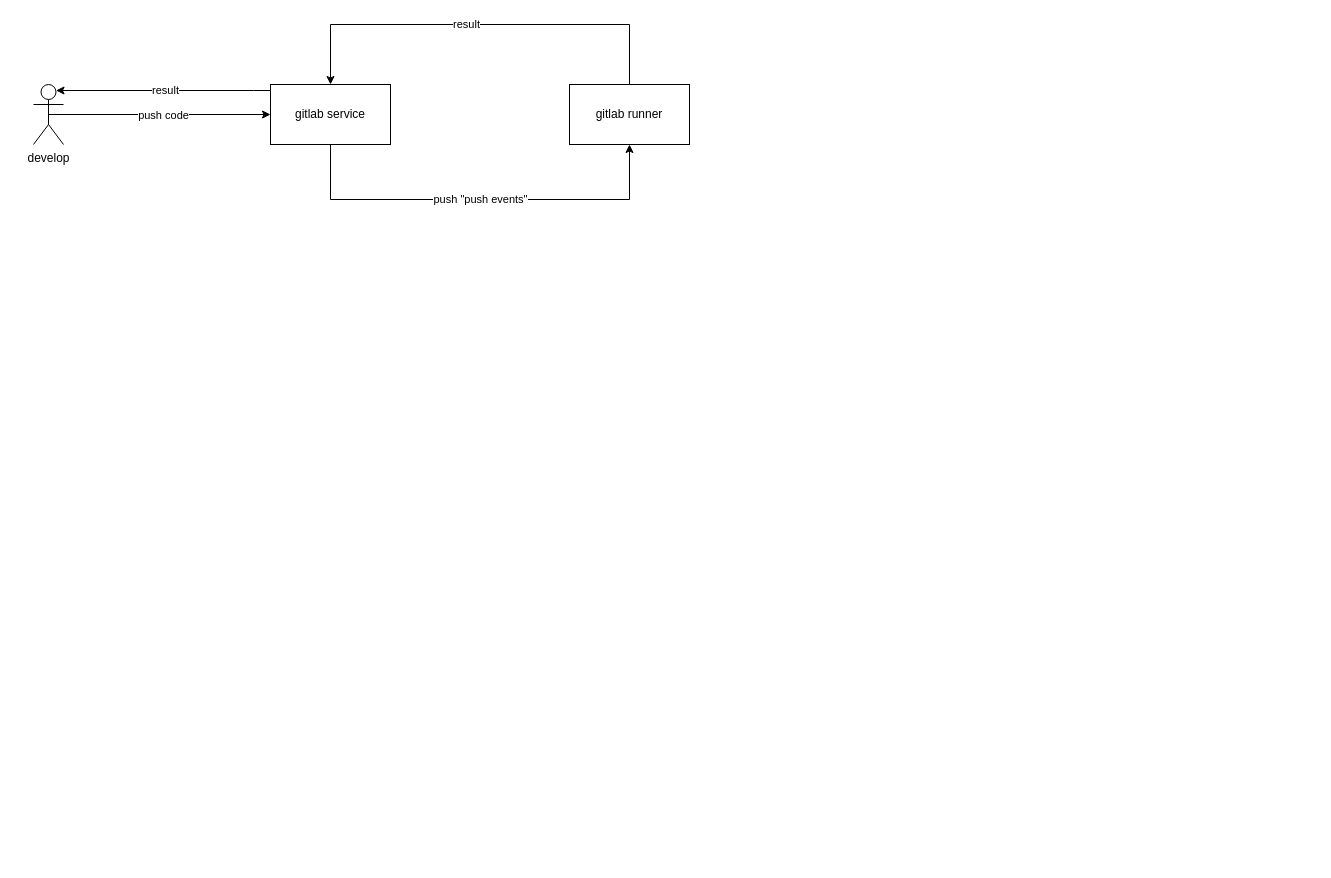
Above: source/_drafts/invest-web-dev-flow/ivnest_web_work_flow.drawio in EvanHongYousan/blog (draw.io), before the change. Source tidied: cells renumbered, new cells numbered last; positions are measured from the earlier drawing's top-left corner, leaving out a move shared by most shapes. Both pictures are drawn from the tidied source at 100%, with x=0, y=0 at pixel (33, 24).
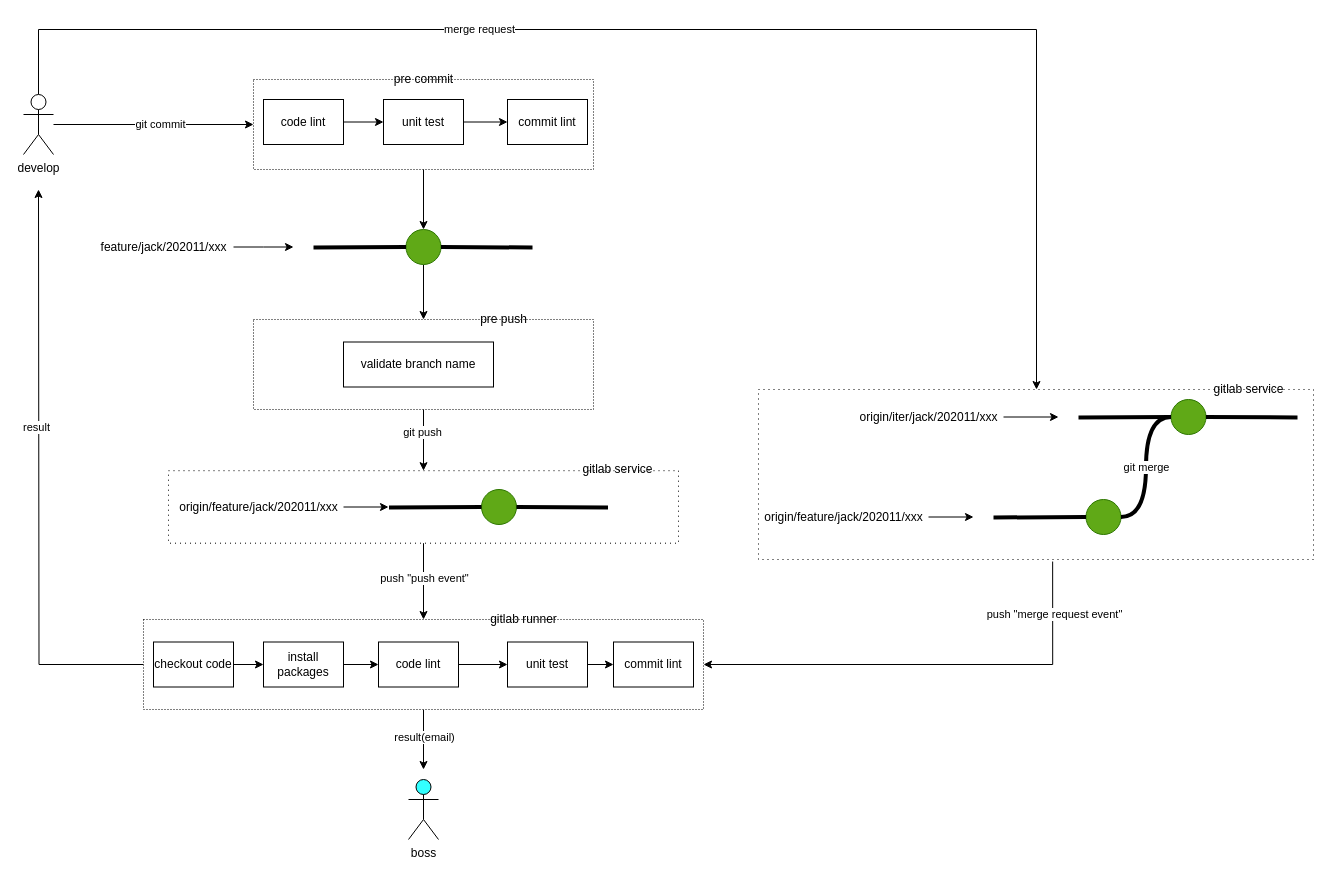
The same page after the edit.

Diff of the diagram source:
```diff
@@
-    <mxCell id="2" style="rounded=0;jettySize=auto;html=1;entryX=0;entryY=0.5;entryDx=0;entryDy=0;exitX=0.5;exitY=0.5;exitDx=0;exitDy=0;exitPerimeter=0;" parent="1" edge="1" source="11" target="7">
-      <mxGeometry relative="1" as="geometry" />
-    </mxCell>
-    <mxCell id="3" value="push code" style="edgeLabel;html=1;align=center;verticalAlign=middle;" parent="2" vertex="1">
-      <mxGeometry x="0.22" y="1" relative="1" as="geometry">
-        <mxPoint x="-21" y="1" as="offset" />
-      </mxGeometry>
-    </mxCell>
-    <mxCell id="4" value="push &quot;push events&quot;" style="edgeStyle=orthogonalEdgeStyle;rounded=0;jettySize=auto;html=1;entryX=0.5;entryY=1;entryDx=0;entryDy=0;" parent="1" edge="1" source="7" target="10">
-      <mxGeometry relative="1" as="geometry">
-        <Array as="points">
-          <mxPoint x="297" y="175" />
-          <mxPoint x="596" y="175" />
-        </Array>
-      </mxGeometry>
-    </mxCell>
-    <mxCell id="5" style="edgeStyle=orthogonalEdgeStyle;rounded=0;jettySize=auto;html=1;entryX=0.75;entryY=0.1;entryDx=0;entryDy=0;entryPerimeter=0;" parent="1" edge="1" source="7" target="11">
-      <mxGeometry relative="1" as="geometry">
-        <Array as="points">
-          <mxPoint x="220" y="66" />
-          <mxPoint x="220" y="66" />
-        </Array>
-      </mxGeometry>
-    </mxCell>
-    <mxCell id="6" value="result" style="edgeLabel;html=1;align=center;verticalAlign=middle;" parent="5" vertex="1">
-      <mxGeometry x="-0.01" y="-1" relative="1" as="geometry" />
-    </mxCell>
-    <mxCell id="7" value="gitlab service" style="rounded=0;whiteSpace=wrap;html=1;" parent="1" vertex="1">
-      <mxGeometry x="237" y="60" width="120" height="60" as="geometry" />
-    </mxCell>
-    <mxCell id="8" style="edgeStyle=orthogonalEdgeStyle;rounded=0;jettySize=auto;html=1;entryX=0.5;entryY=0;entryDx=0;entryDy=0;" parent="1" edge="1" source="10" target="7">
-      <mxGeometry relative="1" as="geometry">
-        <Array as="points">
-          <mxPoint x="596" />
-          <mxPoint x="297" />
-        </Array>
-      </mxGeometry>
-    </mxCell>
-    <mxCell id="9" value="result" style="edgeLabel;html=1;align=center;verticalAlign=middle;" parent="8" vertex="1">
-      <mxGeometry x="0.07" y="-1" relative="1" as="geometry" />
-    </mxCell>
+    <mxCell id="12" style="edgeStyle=orthogonalEdgeStyle;rounded=0;jettySize=auto;html=1;strokeWidth=1;exitX=0.5;exitY=0;exitDx=0;exitDy=0;exitPerimeter=0;" parent="1" edge="1" source="11" target="60">
+      <mxGeometry relative="1" as="geometry">
+        <Array as="points">
+          <mxPoint x="5" y="5" />
+          <mxPoint x="1003" y="5" />
+        </Array>
+      </mxGeometry>
+    </mxCell>
+    <mxCell id="13" value="merge request" style="edgeLabel;html=1;align=center;verticalAlign=middle;" parent="12" vertex="1">
+      <mxGeometry x="-0.29" y="1" relative="1" as="geometry" />
+    </mxCell>
+    <mxCell id="14" style="edgeStyle=orthogonalEdgeStyle;rounded=0;jettySize=auto;html=1;entryX=0;entryY=0.5;entryDx=0;entryDy=0;strokeWidth=1;" parent="1" edge="1" source="11" target="17">
+      <mxGeometry relative="1" as="geometry" />
+    </mxCell>
+    <mxCell id="15" value="git commit" style="edgeLabel;html=1;align=center;verticalAlign=middle;" parent="14" vertex="1">
+      <mxGeometry x="0.06" y="1" relative="1" as="geometry" />
+    </mxCell>
+    <mxCell id="11" value="develop" style="shape=umlActor;verticalLabelPosition=bottom;verticalAlign=top;html=1;outlineConnect=0;" parent="1" vertex="1">
+      <mxGeometry x="-10" y="70" width="30" height="60" as="geometry" />
+    </mxCell>
+    <mxCell id="16" style="edgeStyle=orthogonalEdgeStyle;rounded=0;jettySize=auto;html=1;entryX=0.5;entryY=0;entryDx=0;entryDy=0;strokeWidth=1;" parent="1" edge="1" source="17" target="29">
+      <mxGeometry relative="1" as="geometry" />
+    </mxCell>
+    <mxCell id="17" style="rounded=0;whiteSpace=wrap;html=1;dashed=1;dashPattern=1 2;fillColor=none;" parent="1" vertex="1">
+      <mxGeometry x="220" y="55" width="340" height="90" as="geometry" />
+    </mxCell>
+    <mxCell id="18" style="edgeStyle=orthogonalEdgeStyle;rounded=0;jettySize=auto;html=1;entryX=0;entryY=0.5;entryDx=0;entryDy=0;" parent="1" edge="1" source="19" target="21">
+      <mxGeometry relative="1" as="geometry" />
+    </mxCell>
+    <mxCell id="19" value="code lint" style="rounded=0;whiteSpace=wrap;html=1;" parent="1" vertex="1">
+      <mxGeometry x="230" y="75" width="80" height="45" as="geometry" />
+    </mxCell>
+    <mxCell id="20" style="edgeStyle=orthogonalEdgeStyle;rounded=0;jettySize=auto;html=1;entryX=0;entryY=0.5;entryDx=0;entryDy=0;" parent="1" edge="1" source="21" target="22">
+      <mxGeometry relative="1" as="geometry" />
+    </mxCell>
+    <mxCell id="21" value="unit test" style="rounded=0;whiteSpace=wrap;html=1;" parent="1" vertex="1">
+      <mxGeometry x="350" y="75" width="80" height="45" as="geometry" />
+    </mxCell>
+    <mxCell id="22" value="commit lint" style="rounded=0;whiteSpace=wrap;html=1;" parent="1" vertex="1">
+      <mxGeometry x="474" y="75" width="80" height="45" as="geometry" />
+    </mxCell>
+    <mxCell id="23" style="edgeStyle=orthogonalEdgeStyle;rounded=0;jettySize=auto;html=1;entryX=0.5;entryY=0;entryDx=0;entryDy=0;strokeWidth=1;fontColor=#ffffff;" parent="1" edge="1" source="25" target="52">
+      <mxGeometry relative="1" as="geometry" />
+    </mxCell>
+    <mxCell id="24" value="git push" style="edgeLabel;html=1;align=center;verticalAlign=middle;fontColor=#000000;" parent="23" vertex="1">
+      <mxGeometry x="-0.28" y="-2" relative="1" as="geometry" />
+    </mxCell>
+    <mxCell id="25" style="rounded=0;whiteSpace=wrap;html=1;dashed=1;dashPattern=1 2;fillColor=none;" parent="1" vertex="1">
+      <mxGeometry x="220" y="295" width="340" height="90" as="geometry" />
+    </mxCell>
+    <mxCell id="26" value="validate branch name" style="rounded=0;whiteSpace=wrap;html=1;" parent="1" vertex="1">
+      <mxGeometry x="310" y="317.5" width="150" height="45" as="geometry" />
+    </mxCell>
+    <mxCell id="27" value="pre commit" style="text;html=1;align=center;verticalAlign=middle;" parent="1" vertex="1">
+      <mxGeometry x="355" y="45" width="70" height="20" as="geometry" />
+    </mxCell>
+    <mxCell id="28" style="edgeStyle=orthogonalEdgeStyle;rounded=0;jettySize=auto;html=1;strokeWidth=1;fontColor=#ffffff;" parent="1" edge="1" source="29" target="25">
+      <mxGeometry relative="1" as="geometry" />
+    </mxCell>
+    <mxCell id="29" style="ellipse;whiteSpace=wrap;html=1;fillColor=#60a917;strokeColor=#2D7600;fontColor=#ffffff;" parent="1" vertex="1">
+      <mxGeometry x="372.5" y="205" width="35" height="35" as="geometry" />
+    </mxCell>
+    <mxCell id="30" style="endArrow=none;html=1;entryX=0;entryY=0.5;entryDx=0;entryDy=0;strokeWidth=4;" parent="1" edge="1" target="29">
+      <mxGeometry relative="1" as="geometry">
+        <mxPoint x="280" y="223" as="sourcePoint" />
+      </mxGeometry>
+    </mxCell>
+    <mxCell id="31" style="endArrow=none;html=1;exitX=1;exitY=0.5;exitDx=0;exitDy=0;strokeWidth=4;" parent="1" edge="1" source="29">
+      <mxGeometry relative="1" as="geometry">
+        <mxPoint x="499" y="223" as="targetPoint" />
+      </mxGeometry>
+    </mxCell>
+    <mxCell id="32" style="edgeStyle=orthogonalEdgeStyle;rounded=0;jettySize=auto;html=1;strokeWidth=1;" parent="1" edge="1" source="33">
+      <mxGeometry relative="1" as="geometry">
+        <mxPoint x="260" y="222.5" as="targetPoint" />
+      </mxGeometry>
+    </mxCell>
+    <mxCell id="33" value="feature/jack/202011/xxx" style="text;html=1;align=center;verticalAlign=middle;points=[];" parent="1" vertex="1">
+      <mxGeometry x="60" y="212.5" width="140" height="20" as="geometry" />
+    </mxCell>
+    <mxCell id="34" style="ellipse;whiteSpace=wrap;html=1;fillColor=#60a917;strokeColor=#2D7600;fontColor=#ffffff;" parent="1" vertex="1">
+      <mxGeometry x="448" y="465" width="35" height="35" as="geometry" />
+    </mxCell>
+    <mxCell id="35" style="endArrow=none;html=1;entryX=0;entryY=0.5;entryDx=0;entryDy=0;strokeWidth=4;" parent="1" edge="1" target="34">
+      <mxGeometry relative="1" as="geometry">
+        <mxPoint x="355.5" y="483" as="sourcePoint" />
+      </mxGeometry>
+    </mxCell>
+    <mxCell id="36" style="endArrow=none;html=1;exitX=1;exitY=0.5;exitDx=0;exitDy=0;strokeWidth=4;" parent="1" edge="1" source="34">
+      <mxGeometry relative="1" as="geometry">
+        <mxPoint x="574.5" y="483" as="targetPoint" />
+      </mxGeometry>
+    </mxCell>
+    <mxCell id="37" style="edgeStyle=orthogonalEdgeStyle;rounded=0;jettySize=auto;html=1;strokeWidth=1;" parent="1" edge="1" source="38">
+      <mxGeometry relative="1" as="geometry">
+        <mxPoint x="355" y="482.5" as="targetPoint" />
+      </mxGeometry>
+    </mxCell>
+    <mxCell id="38" value="origin/feature/jack/202011/xxx" style="text;html=1;align=center;verticalAlign=middle;points=[];" parent="1" vertex="1">
+      <mxGeometry x="140" y="472.5" width="170" height="20" as="geometry" />
+    </mxCell>
+    <mxCell id="39" value="pre push" style="text;html=1;align=center;verticalAlign=middle;fontColor=#000000;" parent="1" vertex="1">
+      <mxGeometry x="440" y="285" width="60" height="20" as="geometry" />
+    </mxCell>
+    <mxCell id="40" style="edgeStyle=orthogonalEdgeStyle;rounded=0;jettySize=auto;html=1;strokeWidth=1;" parent="1" edge="1" source="44">
+      <mxGeometry relative="1" as="geometry">
+        <mxPoint x="5" y="165" as="targetPoint" />
+      </mxGeometry>
+    </mxCell>
+    <mxCell id="41" value="result" style="edgeLabel;html=1;align=center;verticalAlign=middle;" parent="40" vertex="1">
+      <mxGeometry x="0.18" y="3" relative="1" as="geometry" />
+    </mxCell>
+    <mxCell id="42" style="edgeStyle=orthogonalEdgeStyle;rounded=0;jettySize=auto;html=1;strokeWidth=1;" parent="1" edge="1" source="44">
+      <mxGeometry relative="1" as="geometry">
+        <mxPoint x="390" y="745" as="targetPoint" />
+      </mxGeometry>
+    </mxCell>
+    <mxCell id="43" value="result(email)" style="edgeLabel;html=1;align=center;verticalAlign=middle;" parent="42" vertex="1">
+      <mxGeometry x="-0.1" relative="1" as="geometry" />
+    </mxCell>
+    <mxCell id="44" style="rounded=0;whiteSpace=wrap;html=1;dashed=1;dashPattern=1 2;" parent="1" vertex="1">
+      <mxGeometry x="110" y="595" width="560" height="90" as="geometry" />
+    </mxCell>
+    <mxCell id="45" style="edgeStyle=orthogonalEdgeStyle;rounded=0;jettySize=auto;html=1;entryX=0;entryY=0.5;entryDx=0;entryDy=0;" parent="1" edge="1" source="46" target="48">
+      <mxGeometry relative="1" as="geometry" />
+    </mxCell>
+    <mxCell id="46" value="code lint" style="rounded=0;whiteSpace=wrap;html=1;" parent="1" vertex="1">
+      <mxGeometry x="345" y="617.5" width="80" height="45" as="geometry" />
+    </mxCell>
+    <mxCell id="47" style="edgeStyle=orthogonalEdgeStyle;rounded=0;jettySize=auto;html=1;entryX=0;entryY=0.5;entryDx=0;entryDy=0;" parent="1" edge="1" source="48" target="49">
+      <mxGeometry relative="1" as="geometry" />
+    </mxCell>
+    <mxCell id="48" value="unit test" style="rounded=0;whiteSpace=wrap;html=1;" parent="1" vertex="1">
+      <mxGeometry x="474" y="617.5" width="80" height="45" as="geometry" />
+    </mxCell>
+    <mxCell id="49" value="commit lint" style="rounded=0;whiteSpace=wrap;html=1;" parent="1" vertex="1">
+      <mxGeometry x="580" y="617.5" width="80" height="45" as="geometry" />
+    </mxCell>
-    <mxCell id="10" value="gitlab runner" style="rounded=0;whiteSpace=wrap;html=1;" parent="1" vertex="1">
-      <mxGeometry x="536" y="60" width="120" height="60" as="geometry" />
+    <mxCell id="10" value="gitlab runner" style="text;html=1;align=center;verticalAlign=middle;points=[];" parent="1" vertex="1">
+      <mxGeometry x="450" y="585" width="80" height="20" as="geometry" />
     </mxCell>
-    <mxCell id="11" value="develop" style="shape=umlActor;verticalLabelPosition=bottom;verticalAlign=top;html=1;outlineConnect=0;" parent="1" vertex="1">
-      <mxGeometry y="60" width="30" height="60" as="geometry" />
-    </mxCell>
+    <mxCell id="50" style="edgeStyle=orthogonalEdgeStyle;rounded=0;jettySize=auto;html=1;entryX=0.5;entryY=0;entryDx=0;entryDy=0;strokeWidth=1;fontColor=#ffffff;" parent="1" edge="1" source="52" target="44">
+      <mxGeometry relative="1" as="geometry" />
+    </mxCell>
+    <mxCell id="51" value="push &quot;push event&quot;" style="edgeLabel;html=1;align=center;verticalAlign=middle;fontColor=#000000;" parent="50" vertex="1">
+      <mxGeometry x="-0.07" relative="1" as="geometry" />
+    </mxCell>
+    <mxCell id="52" style="rounded=0;whiteSpace=wrap;html=1;fillColor=none;dashed=1;dashPattern=1 4;" parent="1" vertex="1">
+      <mxGeometry x="135" y="446.2" width="510" height="72.5" as="geometry" />
+    </mxCell>
+    <mxCell id="53" value="gitlab service" style="text;html=1;align=center;verticalAlign=middle;fontColor=#000000;" parent="1" vertex="1">
+      <mxGeometry x="539" y="435" width="90" height="20" as="geometry" />
+    </mxCell>
+    <mxCell id="54" style="edgeStyle=orthogonalEdgeStyle;rounded=0;jettySize=auto;html=1;entryX=0;entryY=0.5;entryDx=0;entryDy=0;strokeWidth=1;fontColor=#ffffff;" parent="1" edge="1" source="55" target="57">
+      <mxGeometry relative="1" as="geometry" />
+    </mxCell>
+    <mxCell id="55" value="checkout code" style="rounded=0;whiteSpace=wrap;html=1;" parent="1" vertex="1">
+      <mxGeometry x="120" y="617.5" width="80" height="45" as="geometry" />
+    </mxCell>
+    <mxCell id="56" style="edgeStyle=orthogonalEdgeStyle;rounded=0;jettySize=auto;html=1;entryX=0;entryY=0.5;entryDx=0;entryDy=0;strokeWidth=1;fontColor=#ffffff;" parent="1" edge="1" source="57" target="46">
+      <mxGeometry relative="1" as="geometry" />
+    </mxCell>
+    <mxCell id="57" value="install packages" style="rounded=0;whiteSpace=wrap;html=1;" parent="1" vertex="1">
+      <mxGeometry x="230" y="617.5" width="80" height="45" as="geometry" />
+    </mxCell>
+    <mxCell id="58" style="edgeStyle=orthogonalEdgeStyle;rounded=0;jettySize=auto;html=1;entryX=1;entryY=0.5;entryDx=0;entryDy=0;strokeWidth=1;exitX=0.53;exitY=1.012;exitDx=0;exitDy=0;exitPerimeter=0;" parent="1" edge="1" source="60" target="44">
+      <mxGeometry relative="1" as="geometry">
+        <Array as="points">
+          <mxPoint x="1019" y="640" />
+        </Array>
+      </mxGeometry>
+    </mxCell>
+    <mxCell id="59" value="push &quot;merge request event&quot;" style="edgeLabel;html=1;align=center;verticalAlign=middle;" parent="58" vertex="1">
+      <mxGeometry x="-0.77" y="1" relative="1" as="geometry" />
+    </mxCell>
+    <mxCell id="60" style="rounded=0;whiteSpace=wrap;html=1;fillColor=none;dashed=1;dashPattern=1 4;" parent="1" vertex="1">
+      <mxGeometry x="725" y="365" width="555" height="170" as="geometry" />
+    </mxCell>
+    <mxCell id="61" style="ellipse;whiteSpace=wrap;html=1;fillColor=#60a917;strokeColor=#2D7600;fontColor=#ffffff;" parent="1" vertex="1">
+      <mxGeometry x="1052.5" y="475" width="35" height="35" as="geometry" />
+    </mxCell>
+    <mxCell id="62" style="endArrow=none;html=1;entryX=0;entryY=0.5;entryDx=0;entryDy=0;strokeWidth=4;" parent="1" edge="1" target="61">
+      <mxGeometry relative="1" as="geometry">
+        <mxPoint x="960" y="493" as="sourcePoint" />
+      </mxGeometry>
+    </mxCell>
+    <mxCell id="63" style="edgeStyle=orthogonalEdgeStyle;rounded=0;jettySize=auto;html=1;strokeWidth=1;" parent="1" edge="1" source="64">
+      <mxGeometry relative="1" as="geometry">
+        <mxPoint x="940" y="492.5" as="targetPoint" />
+      </mxGeometry>
+    </mxCell>
+    <mxCell id="64" value="origin/feature/jack/202011/xxx" style="text;html=1;align=center;verticalAlign=middle;points=[];" parent="1" vertex="1">
+      <mxGeometry x="725" y="482.5" width="170" height="20" as="geometry" />
+    </mxCell>
+    <mxCell id="65" style="ellipse;whiteSpace=wrap;html=1;fillColor=#60a917;strokeColor=#2D7600;fontColor=#ffffff;" parent="1" vertex="1">
+      <mxGeometry x="1137.5" y="375" width="35" height="35" as="geometry" />
+    </mxCell>
+    <mxCell id="66" style="endArrow=none;html=1;entryX=0;entryY=0.5;entryDx=0;entryDy=0;strokeWidth=4;" parent="1" edge="1" target="65">
+      <mxGeometry relative="1" as="geometry">
+        <mxPoint x="1045" y="393" as="sourcePoint" />
+      </mxGeometry>
+    </mxCell>
+    <mxCell id="67" style="endArrow=none;html=1;exitX=1;exitY=0.5;exitDx=0;exitDy=0;strokeWidth=4;" parent="1" edge="1" source="65">
+      <mxGeometry relative="1" as="geometry">
+        <mxPoint x="1264" y="393" as="targetPoint" />
+      </mxGeometry>
+    </mxCell>
+    <mxCell id="68" style="edgeStyle=orthogonalEdgeStyle;rounded=0;jettySize=auto;html=1;strokeWidth=1;" parent="1" edge="1" source="69">
+      <mxGeometry relative="1" as="geometry">
+        <mxPoint x="1025" y="392.5" as="targetPoint" />
+      </mxGeometry>
+    </mxCell>
+    <mxCell id="69" value="origin/iter/jack/202011/xxx" style="text;html=1;align=center;verticalAlign=middle;points=[];" parent="1" vertex="1">
+      <mxGeometry x="820" y="382.5" width="150" height="20" as="geometry" />
+    </mxCell>
+    <mxCell id="70" value="git merge" style="endArrow=none;html=1;entryX=0;entryY=0.5;entryDx=0;entryDy=0;exitX=1;exitY=0.5;exitDx=0;exitDy=0;strokeWidth=4;edgeStyle=orthogonalEdgeStyle;curved=1;" parent="1" edge="1" source="61" target="65">
+      <mxGeometry relative="1" as="geometry" />
+    </mxCell>
+    <mxCell id="71" value="gitlab service" style="text;html=1;align=center;verticalAlign=middle;" parent="1" vertex="1">
+      <mxGeometry x="1170" y="355" width="90" height="20" as="geometry" />
+    </mxCell>
+    <mxCell id="72" value="boss" style="shape=umlActor;verticalLabelPosition=bottom;verticalAlign=top;html=1;fillColor=#33FFFF;" parent="1" vertex="1">
+      <mxGeometry x="375" y="755" width="30" height="60" as="geometry" />
+    </mxCell>
```
